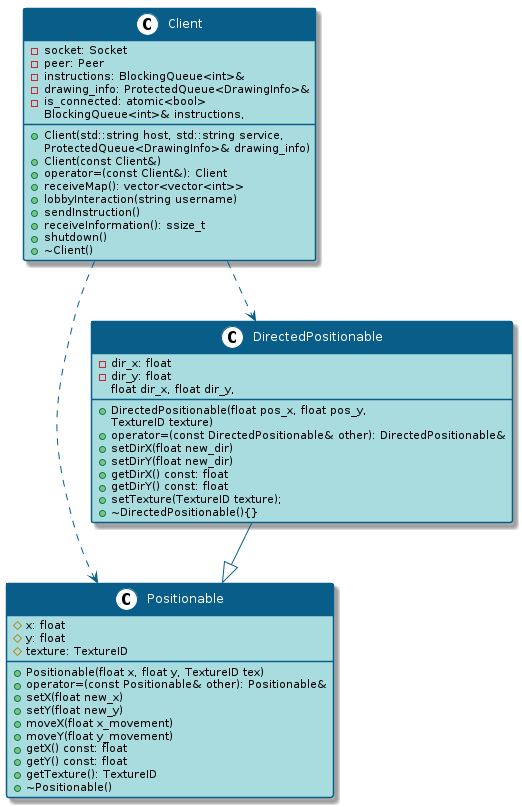
Earlier version of the PlantUML export Informe/Images/Client.png (gonzalomartinezs/Wolfenstein3D). The source it was exported from:
```plantuml
@startuml

skinparam roundcorner 5

skinparam FontName Laksaman

skinparam stereotypeCBackgroundColor white

skinparam class {
BackgroundColor #A9DCDF
ArrowColor #085E89
BorderColor #085E89
HeaderBackgroundColor #085E89
FontColor white
AttributeFontColor black
}

class Client {
    -socket: Socket
    -peer: Peer
    -instructions: BlockingQueue<int>&
    -drawing_info: ProtectedQueue<DrawingInfo>&
    -is_connected: atomic<bool>

    +Client(std::string host, std::string service,
           BlockingQueue<int>& instructions,
           ProtectedQueue<DrawingInfo>& drawing_info)
    +Client(const Client&)
    +operator=(const Client&): Client
    +receiveMap(): vector<vector<int>>
    +lobbyInteraction(string username)
    +sendInstruction()
    +receiveInformation(): ssize_t
    +shutdown()
    +~Client()
}

class Positionable {
	#x: float
	#y: float
	#texture: TextureID

	+Positionable(float x, float y, TextureID tex)
    	+operator=(const Positionable& other): Positionable&
    	+setX(float new_x)
    	+setY(float new_y)
	+moveX(float x_movement)
 	+moveY(float y_movement)
    	+getX() const: float
    	+getY() const: float
    	+getTexture(): TextureID
   	+~Positionable()
}

class DirectedPositionable {
	-dir_x: float
	-dir_y: float

    +DirectedPositionable(float pos_x, float pos_y,
                                  float dir_x, float dir_y,
                                  TextureID texture)
    +operator=(const DirectedPositionable& other): DirectedPositionable&
    +setDirX(float new_dir)
    +setDirY(float new_dir)
    +getDirX() const: float
    +getDirY() const: float
    +setTexture(TextureID texture);
    +~DirectedPositionable(){}
}

Client ..> Positionable
Client ..> DirectedPositionable
DirectedPositionable --|> Positionable


@enduml
```
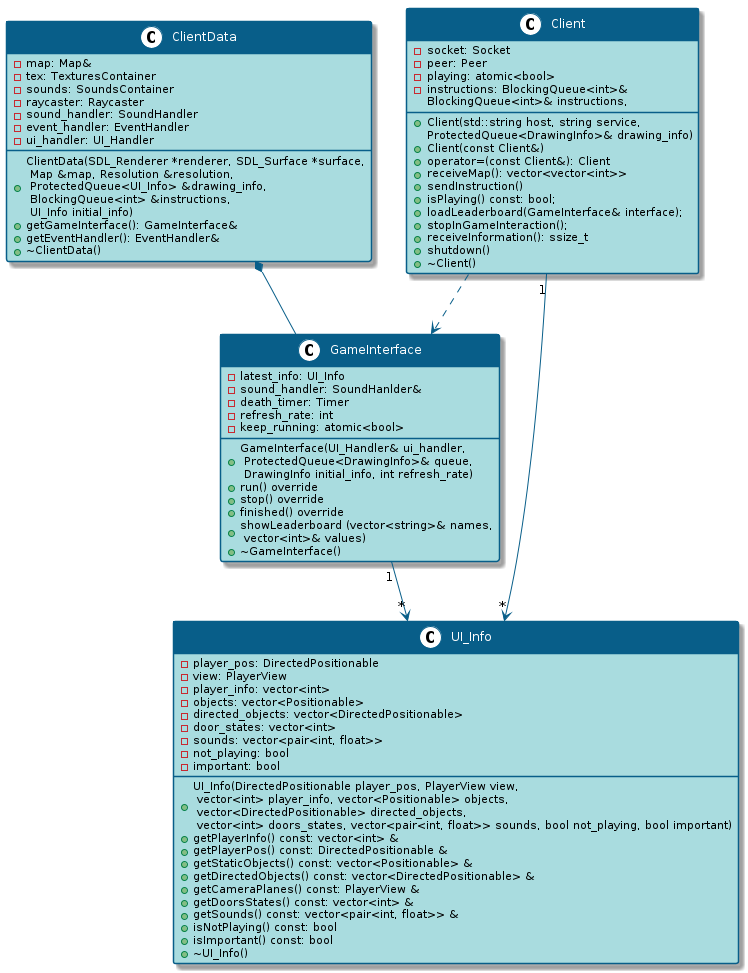
Later version of the same file.

Commit message:
Agrego diagramas del cliente

The edit, as a diff of the source:
```diff
@@ -18,59 +18,86 @@
 class Client {
     -socket: Socket
     -peer: Peer
+    -playing: atomic<bool>
     -instructions: BlockingQueue<int>&
-    -drawing_info: ProtectedQueue<DrawingInfo>&
-    -is_connected: atomic<bool>
 
-    +Client(std::string host, std::string service,
+
+    +Client(std::string host, string service,
            BlockingQueue<int>& instructions,
            ProtectedQueue<DrawingInfo>& drawing_info)
     +Client(const Client&)
     +operator=(const Client&): Client
     +receiveMap(): vector<vector<int>>
-    +lobbyInteraction(string username)
     +sendInstruction()
+    +isPlaying() const: bool;
+    +loadLeaderboard(GameInterface& interface);
+    +stopInGameInteraction();
     +receiveInformation(): ssize_t
     +shutdown()
     +~Client()
 }
 
-class Positionable {
-	#x: float
-	#y: float
-	#texture: TextureID
+class GameInterface {
+    -latest_info: UI_Info
+	-sound_handler: SoundHanlder&
+	-death_timer: Timer
+    -refresh_rate: int
+    -keep_running: atomic<bool>
 
-	+Positionable(float x, float y, TextureID tex)
-    	+operator=(const Positionable& other): Positionable&
-    	+setX(float new_x)
-    	+setY(float new_y)
-	+moveX(float x_movement)
- 	+moveY(float y_movement)
-    	+getX() const: float
-    	+getY() const: float
-    	+getTexture(): TextureID
-   	+~Positionable()
+    +GameInterface(UI_Handler& ui_handler, \n ProtectedQueue<DrawingInfo>& queue, \n DrawingInfo initial_info, int refresh_rate)
+    +run() override
+    +stop() override
+    +finished() override
+	+showLeaderboard (vector<string>& names,\n vector<int>& values)
+    +~GameInterface()
 }
 
-class DirectedPositionable {
-	-dir_x: float
-	-dir_y: float
+class UI_Info {
+    -player_pos: DirectedPositionable
+    -view: PlayerView
+    -player_info: vector<int>
+    -objects: vector<Positionable>
+    -directed_objects: vector<DirectedPositionable>
+    -door_states: vector<int>
+    -sounds: vector<pair<int, float>>
+    -not_playing: bool
+    -important: bool
 
-    +DirectedPositionable(float pos_x, float pos_y,
-                                  float dir_x, float dir_y,
-                                  TextureID texture)
-    +operator=(const DirectedPositionable& other): DirectedPositionable&
-    +setDirX(float new_dir)
-    +setDirY(float new_dir)
-    +getDirX() const: float
-    +getDirY() const: float
-    +setTexture(TextureID texture);
-    +~DirectedPositionable(){}
+    +UI_Info(DirectedPositionable player_pos, PlayerView view,\n vector<int> player_info, vector<Positionable> objects, \n vector<DirectedPositionable> directed_objects, \n vector<int> doors_states, vector<pair<int, float>> sounds, bool not_playing, bool important)
+    +getPlayerInfo() const: vector<int> &
+    +getPlayerPos() const: DirectedPositionable &
+    +getStaticObjects() const: vector<Positionable> &
+    +getDirectedObjects() const: vector<DirectedPositionable> &
+    +getCameraPlanes() const: PlayerView &
+    +getDoorsStates() const: vector<int> &
+    +getSounds() const: vector<pair<int, float>> &
+    +isNotPlaying() const: bool
+    +isImportant() const: bool
+    +~UI_Info()
 }
 
-Client ..> Positionable
-Client ..> DirectedPositionable
-DirectedPositionable --|> Positionable
+class ClientData {
+    -map: Map&
+    -tex: TexturesContainer
+    -sounds: SoundsContainer
+    -raycaster: Raycaster
+    -sound_handler: SoundHandler
+    -event_handler: EventHandler
+    -ui_handler: UI_Handler
+
+    +ClientData(SDL_Renderer *renderer, SDL_Surface *surface,\n Map &map, Resolution &resolution,\n ProtectedQueue<UI_Info> &drawing_info,\n BlockingQueue<int> &instructions,\n UI_Info initial_info)
+    +getGameInterface(): GameInterface&
+    +getEventHandler(): EventHandler&
+    +~ClientData()
+
+}
+
+
+
+Client ..> GameInterface
+Client "1"-->"*" UI_Info
+GameInterface "1"-->"*" UI_Info
+ClientData *-- GameInterface
 
 
 @enduml
```
